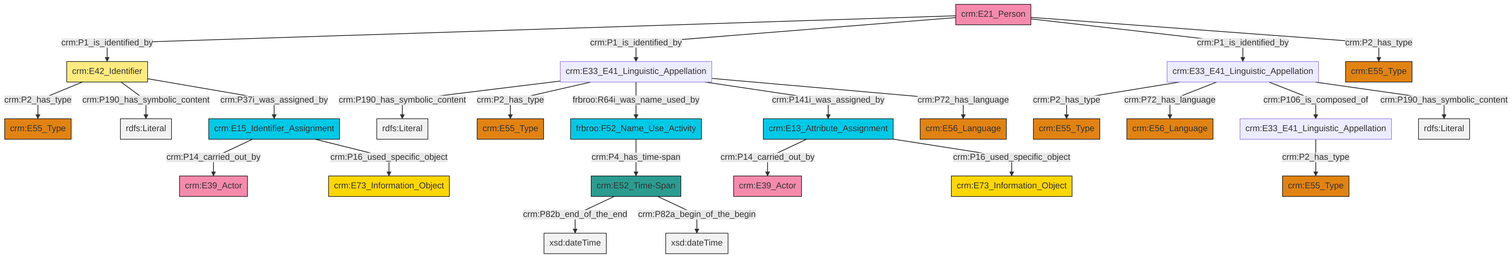
Before: et/personCSV/ttl/mmd/png/Person_Names_and_Classification.png, a diagram exported from Mermaid (swiss-art-research-net/reference-data-models). Its source is kept beside it as et/personCSV/ttl/mmd/Person_Names_and_Classification.ttl.mmd.
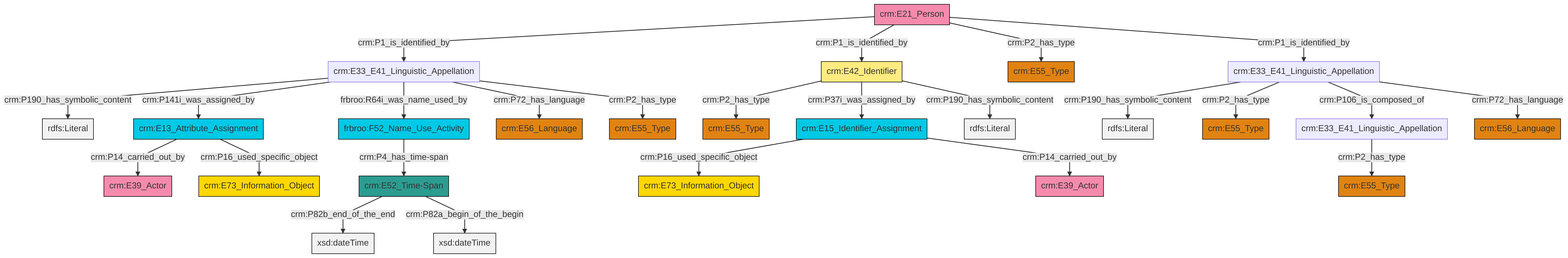
Later version of the same file.

Change to the diagram source:
```diff
@@ -13,27 +13,27 @@
 classDef PC_Classes fill:#4ce600, stroke:#000000;
 classDef Multi fill:#cccccc,stroke:#000000;
 
-0["crm:E13_Attribute_Assignment"]:::Temporal_Entity -->|crm:P14_carried_out_by| 1["crm:E39_Actor"]:::Actor
-2["crm:E15_Identifier_Assignment"]:::Temporal_Entity -->|crm:P14_carried_out_by| 3["crm:E39_Actor"]:::Actor
-4["crm:E33_E41_Linguistic_Appellation"]:::Default -->|crm:P2_has_type| 5["crm:E55_Type"]:::Type
-8["crm:E21_Person"]:::Actor -->|crm:P1_is_identified_by| 9["crm:E42_Identifier"]:::Appellation
-10["crm:E33_E41_Linguistic_Appellation"]:::Default -->|crm:P190_has_symbolic_content| 11[rdfs:Literal]:::Literal
-8["crm:E21_Person"]:::Actor -->|crm:P1_is_identified_by| 10["crm:E33_E41_Linguistic_Appellation"]:::Default
-8["crm:E21_Person"]:::Actor -->|crm:P1_is_identified_by| 4["crm:E33_E41_Linguistic_Appellation"]:::Default
-9["crm:E42_Identifier"]:::Appellation -->|crm:P2_has_type| 16["crm:E55_Type"]:::Type
-10["crm:E33_E41_Linguistic_Appellation"]:::Default -->|crm:P2_has_type| 13["crm:E55_Type"]:::Type
-6["crm:E33_E41_Linguistic_Appellation"]:::Default -->|crm:P2_has_type| 17["crm:E55_Type"]:::Type
-10["crm:E33_E41_Linguistic_Appellation"]:::Default -->|frbroo:R64i_was_name_used_by| 18["frbroo:F52_Name_Use_Activity"]:::Temporal_Entity
-8["crm:E21_Person"]:::Actor -->|crm:P2_has_type| 19["crm:E55_Type"]:::Type
-0["crm:E13_Attribute_Assignment"]:::Temporal_Entity -->|crm:P16_used_specific_object| 21["crm:E73_Information_Object"]:::Conceptual_Object
-4["crm:E33_E41_Linguistic_Appellation"]:::Default -->|crm:P72_has_language| 22["crm:E56_Language"]:::Type
-2["crm:E15_Identifier_Assignment"]:::Temporal_Entity -->|crm:P16_used_specific_object| 25["crm:E73_Information_Object"]:::Conceptual_Object
-10["crm:E33_E41_Linguistic_Appellation"]:::Default -->|crm:P141i_was_assigned_by| 0["crm:E13_Attribute_Assignment"]:::Temporal_Entity
-4["crm:E33_E41_Linguistic_Appellation"]:::Default -->|crm:P106_is_composed_of| 6["crm:E33_E41_Linguistic_Appellation"]:::Default
-4["crm:E33_E41_Linguistic_Appellation"]:::Default -->|crm:P190_has_symbolic_content| 28[rdfs:Literal]:::Literal
-9["crm:E42_Identifier"]:::Appellation -->|crm:P190_has_symbolic_content| 42[rdfs:Literal]:::Literal
-38["crm:E52_Time-Span"]:::Time-Span -->|crm:P82b_end_of_the_end| 43[xsd:dateTime]:::Literal
-9["crm:E42_Identifier"]:::Appellation -->|crm:P37i_was_assigned_by| 2["crm:E15_Identifier_Assignment"]:::Temporal_Entity
-18["frbroo:F52_Name_Use_Activity"]:::Temporal_Entity -->|crm:P4_has_time-span| 38["crm:E52_Time-Span"]:::Time-Span
-10["crm:E33_E41_Linguistic_Appellation"]:::Default -->|crm:P72_has_language| 40["crm:E56_Language"]:::Type
-38["crm:E52_Time-Span"]:::Time-Span -->|crm:P82a_begin_of_the_begin| 46[xsd:dateTime]:::Literal
+2["crm:E21_Person"]:::Actor -->|crm:P1_is_identified_by| 3["crm:E33_E41_Linguistic_Appellation"]:::Default
+4["crm:E15_Identifier_Assignment"]:::Temporal_Entity -->|crm:P16_used_specific_object| 5["crm:E73_Information_Object"]:::Conceptual_Object
+8["crm:E42_Identifier"]:::Appellation -->|crm:P2_has_type| 10["crm:E55_Type"]:::Type
+3["crm:E33_E41_Linguistic_Appellation"]:::Default -->|crm:P190_has_symbolic_content| 17[rdfs:Literal]:::Literal
+6["crm:E33_E41_Linguistic_Appellation"]:::Default -->|crm:P190_has_symbolic_content| 18[rdfs:Literal]:::Literal
+2["crm:E21_Person"]:::Actor -->|crm:P1_is_identified_by| 8["crm:E42_Identifier"]:::Appellation
+2["crm:E21_Person"]:::Actor -->|crm:P2_has_type| 24["crm:E55_Type"]:::Type
+28["crm:E13_Attribute_Assignment"]:::Temporal_Entity -->|crm:P14_carried_out_by| 22["crm:E39_Actor"]:::Actor
+3["crm:E33_E41_Linguistic_Appellation"]:::Default -->|crm:P141i_was_assigned_by| 28["crm:E13_Attribute_Assignment"]:::Temporal_Entity
+6["crm:E33_E41_Linguistic_Appellation"]:::Default -->|crm:P2_has_type| 0["crm:E55_Type"]:::Type
+3["crm:E33_E41_Linguistic_Appellation"]:::Default -->|frbroo:R64i_was_name_used_by| 25["frbroo:F52_Name_Use_Activity"]:::Temporal_Entity
+6["crm:E33_E41_Linguistic_Appellation"]:::Default -->|crm:P106_is_composed_of| 13["crm:E33_E41_Linguistic_Appellation"]:::Default
+11["crm:E52_Time-Span"]:::Time-Span -->|crm:P82b_end_of_the_end| 33[xsd:dateTime]:::Literal
+2["crm:E21_Person"]:::Actor -->|crm:P1_is_identified_by| 6["crm:E33_E41_Linguistic_Appellation"]:::Default
+13["crm:E33_E41_Linguistic_Appellation"]:::Default -->|crm:P2_has_type| 35["crm:E55_Type"]:::Type
+25["frbroo:F52_Name_Use_Activity"]:::Temporal_Entity -->|crm:P4_has_time-span| 11["crm:E52_Time-Span"]:::Time-Span
+11["crm:E52_Time-Span"]:::Time-Span -->|crm:P82a_begin_of_the_begin| 39[xsd:dateTime]:::Literal
+6["crm:E33_E41_Linguistic_Appellation"]:::Default -->|crm:P72_has_language| 15["crm:E56_Language"]:::Type
+28["crm:E13_Attribute_Assignment"]:::Temporal_Entity -->|crm:P16_used_specific_object| 30["crm:E73_Information_Object"]:::Conceptual_Object
+4["crm:E15_Identifier_Assignment"]:::Temporal_Entity -->|crm:P14_carried_out_by| 40["crm:E39_Actor"]:::Actor
+8["crm:E42_Identifier"]:::Appellation -->|crm:P37i_was_assigned_by| 4["crm:E15_Identifier_Assignment"]:::Temporal_Entity
+3["crm:E33_E41_Linguistic_Appellation"]:::Default -->|crm:P72_has_language| 19["crm:E56_Language"]:::Type
+8["crm:E42_Identifier"]:::Appellation -->|crm:P190_has_symbolic_content| 42[rdfs:Literal]:::Literal
+3["crm:E33_E41_Linguistic_Appellation"]:::Default -->|crm:P2_has_type| 43["crm:E55_Type"]:::Type
```
